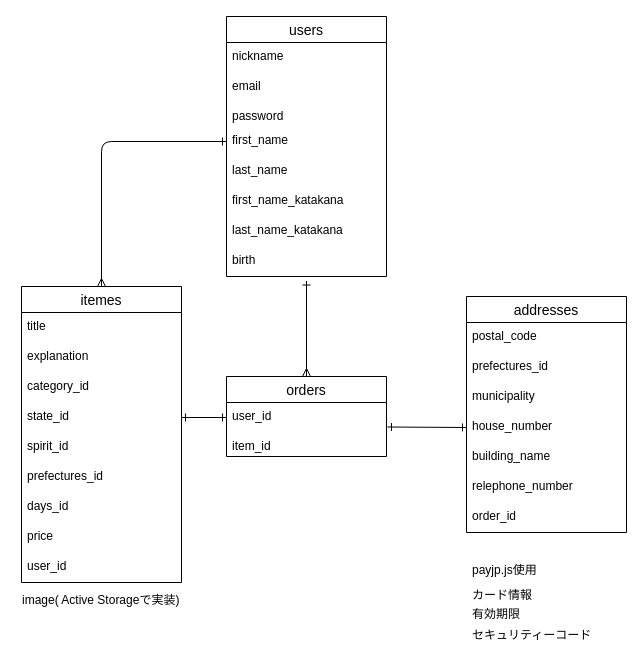
Earlier version of the draw.io diagram furima.dio (you0626/furima-41564). Source tidied: cells renumbered, new cells numbered last; positions are measured from the earlier drawing's top-left corner, leaving out a move shared by most shapes. Both pictures are drawn from the tidied source at 100%, with x=0, y=0 at pixel (16, 16).
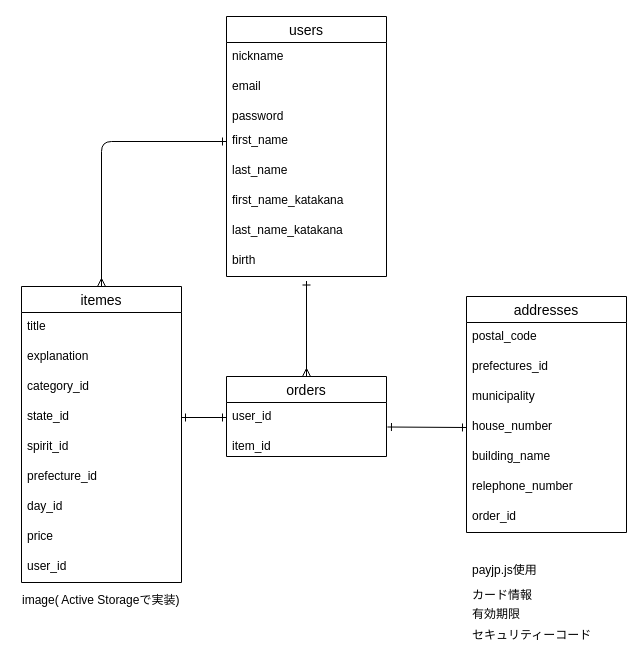
After the change.

Unchanged cells that the change refers to:
```xml
<mxCell id="12" value="itemes" style="swimlane;fontStyle=0;horizontal=1;startSize=26;align=center;fontSize=14;" parent="1" vertex="1">
  <mxGeometry x="5" y="270" width="160" height="296" as="geometry" />
</mxCell>
```

Diff of the diagram source:
```diff
@@
-    <mxCell id="18" value="prefectures_id" style="text;strokeColor=none;fillColor=none;spacingLeft=4;spacingRight=4;overflow=hidden;fontSize=12;" parent="12" vertex="1">
+    <mxCell id="18" value="prefecture_id" style="text;strokeColor=none;fillColor=none;spacingLeft=4;spacingRight=4;overflow=hidden;fontSize=12;" parent="12" vertex="1">
       <mxGeometry y="176" width="160" height="30" as="geometry" />
     </mxCell>
-    <mxCell id="19" value="days_id" style="text;strokeColor=none;fillColor=none;spacingLeft=4;spacingRight=4;overflow=hidden;fontSize=12;" parent="12" vertex="1">
+    <mxCell id="19" value="day_id" style="text;strokeColor=none;fillColor=none;spacingLeft=4;spacingRight=4;overflow=hidden;fontSize=12;" parent="12" vertex="1">
       <mxGeometry y="206" width="160" height="30" as="geometry" />
     </mxCell>
```
